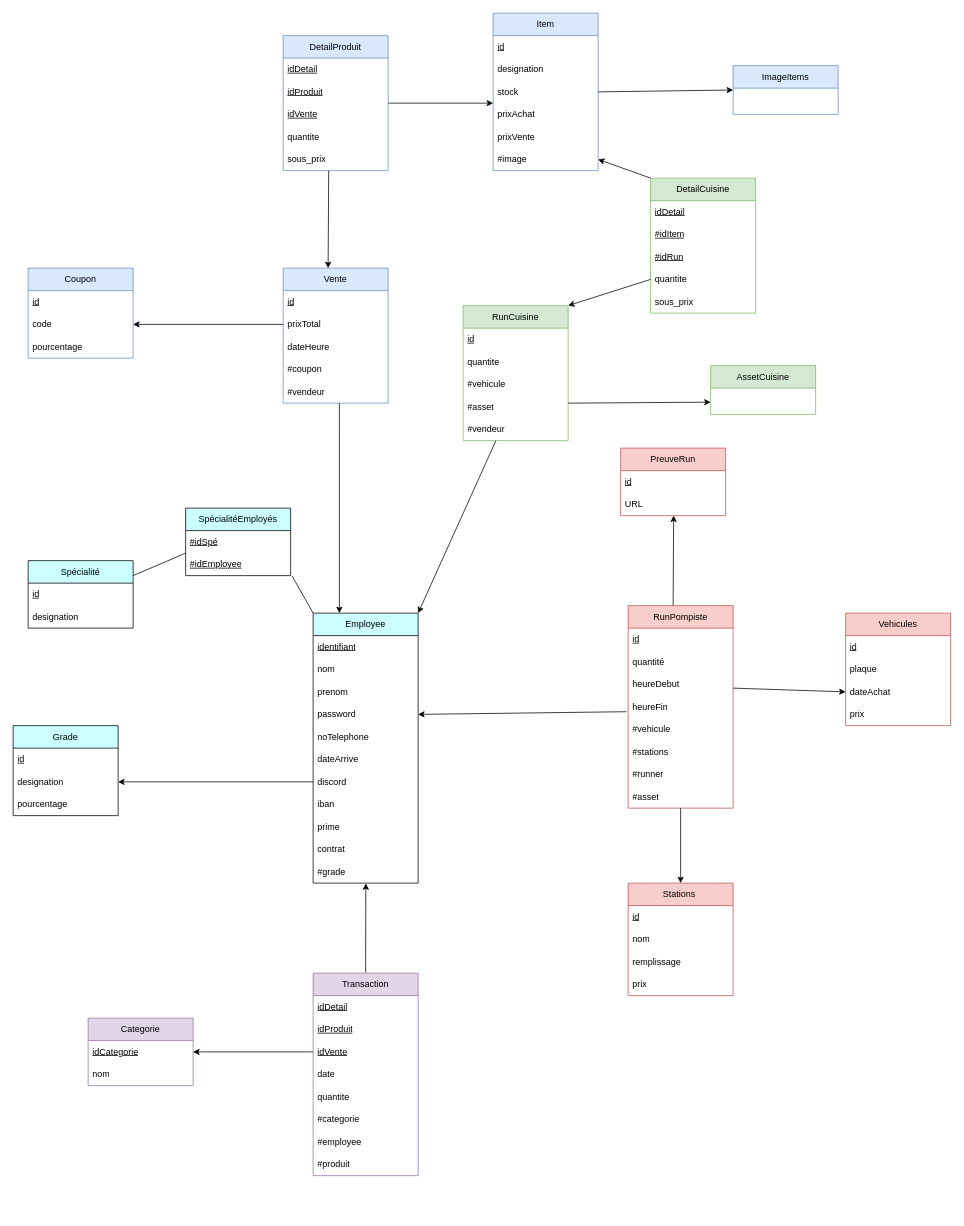
ltd-flashfa/structures keeps this draw.io diagram as LTD_DB.drawio. Above is the earlier version. Source tidied: cells renumbered, new cells numbered last; positions are measured from the earlier drawing's top-left corner, leaving out a move shared by most shapes. Both pictures are drawn from the tidied source at 75%, with x=0, y=0 at pixel (13, 13).
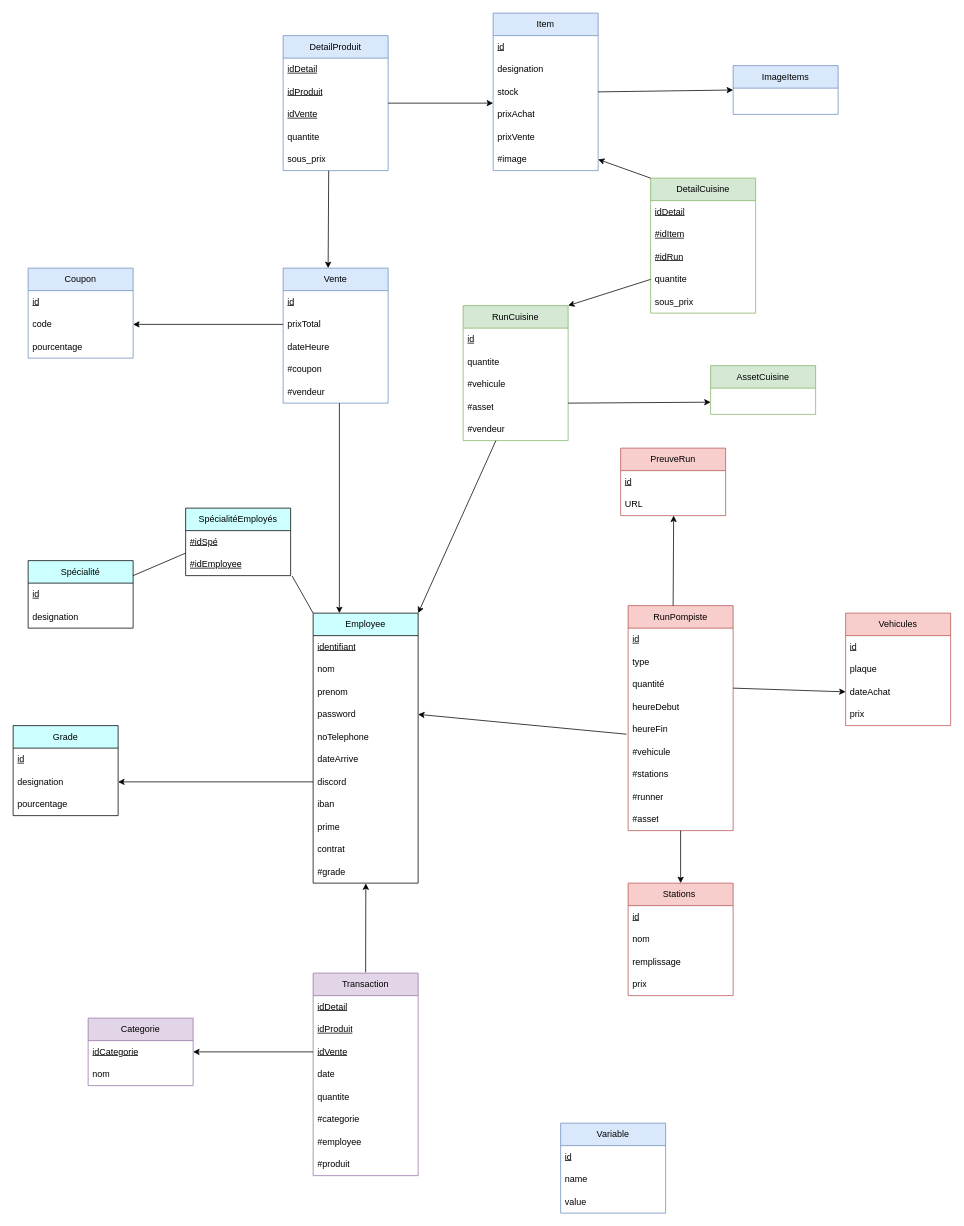
The same diagram, later.

Commit message:
Mettre à jour LTD_DB.drawio

The change refers to these unchanged cells:
```xml
<mxCell id="35" value="Stations&amp;nbsp;" style="swimlane;fontStyle=0;horizontal=1;startSize=30;whiteSpace=wrap;html=1;fillColor=#f8cecc;strokeColor=#b85450;" parent="1" vertex="1">
  <mxGeometry x="820" y="1160" width="140" height="150" as="geometry" />
</mxCell>
```

The edit, as a diff of the source:
```diff
@@
     <mxCell id="21" value="RunPompiste" style="swimlane;fontStyle=0;horizontal=1;startSize=30;whiteSpace=wrap;html=1;fillColor=#f8cecc;strokeColor=#b85450;" parent="1" vertex="1">
-      <mxGeometry x="820" y="790" width="140" height="270" as="geometry" />
+      <mxGeometry x="820" y="790" width="140" height="300" as="geometry" />
     </mxCell>
@@
+    <mxCell id="113" value="type" style="text;strokeColor=none;fillColor=none;align=left;verticalAlign=middle;spacingLeft=4;spacingRight=4;overflow=hidden;whiteSpace=wrap;html=1;" parent="21" vertex="1">
+      <mxGeometry y="60" width="140" height="30" as="geometry" />
+    </mxCell>
     <mxCell id="23" value="quantité" style="text;strokeColor=none;fillColor=none;align=left;verticalAlign=middle;spacingLeft=4;spacingRight=4;overflow=hidden;whiteSpace=wrap;html=1;" parent="21" vertex="1">
-      <mxGeometry y="60" width="140" height="30" as="geometry" />
+      <mxGeometry y="90" width="140" height="30" as="geometry" />
     </mxCell>
     <mxCell id="24" value="heureDebut" style="text;strokeColor=none;fillColor=none;align=left;verticalAlign=middle;spacingLeft=4;spacingRight=4;overflow=hidden;whiteSpace=wrap;html=1;" parent="21" vertex="1">
-      <mxGeometry y="90" width="140" height="30" as="geometry" />
+      <mxGeometry y="120" width="140" height="30" as="geometry" />
     </mxCell>
     <mxCell id="25" value="heureFin" style="text;strokeColor=none;fillColor=none;align=left;verticalAlign=middle;spacingLeft=4;spacingRight=4;overflow=hidden;points=[[0,0.5],[1,0.5]];portConstraint=eastwest;whiteSpace=wrap;html=1;" parent="21" vertex="1">
-      <mxGeometry y="120" width="140" height="30" as="geometry" />
+      <mxGeometry y="150" width="140" height="30" as="geometry" />
     </mxCell>
     <mxCell id="26" value="#vehicule" style="text;strokeColor=none;fillColor=none;align=left;verticalAlign=middle;spacingLeft=4;spacingRight=4;overflow=hidden;whiteSpace=wrap;html=1;" parent="21" vertex="1">
-      <mxGeometry y="150" width="140" height="30" as="geometry" />
+      <mxGeometry y="180" width="140" height="30" as="geometry" />
     </mxCell>
     <mxCell id="27" value="#stations" style="text;strokeColor=none;fillColor=none;align=left;verticalAlign=middle;spacingLeft=4;spacingRight=4;overflow=hidden;whiteSpace=wrap;html=1;" parent="21" vertex="1">
-      <mxGeometry y="180" width="140" height="30" as="geometry" />
+      <mxGeometry y="210" width="140" height="30" as="geometry" />
     </mxCell>
     <mxCell id="28" value="#runner" style="text;strokeColor=none;fillColor=none;align=left;verticalAlign=middle;spacingLeft=4;spacingRight=4;overflow=hidden;whiteSpace=wrap;html=1;" parent="21" vertex="1">
-      <mxGeometry y="210" width="140" height="30" as="geometry" />
+      <mxGeometry y="240" width="140" height="30" as="geometry" />
     </mxCell>
     <mxCell id="29" value="#asset" style="text;strokeColor=none;fillColor=none;align=left;verticalAlign=middle;spacingLeft=4;spacingRight=4;overflow=hidden;whiteSpace=wrap;html=1;" parent="21" vertex="1">
-      <mxGeometry y="240" width="140" height="30" as="geometry" />
+      <mxGeometry y="270" width="140" height="30" as="geometry" />
     </mxCell>
@@
     <mxCell id="78" style="endArrow=classic;html=1;rounded=0;entryX=0.5;entryY=0;entryDx=0;entryDy=0;" parent="1" edge="1" target="35">
       <mxGeometry relative="1" as="geometry">
-        <mxPoint x="890" y="1060" as="sourcePoint" />
+        <mxPoint x="890" y="1090" as="sourcePoint" />
       </mxGeometry>
     </mxCell>
@@
+    <mxCell id="114" value="Variable" style="swimlane;fontStyle=0;horizontal=1;startSize=30;whiteSpace=wrap;html=1;fillColor=#dae8fc;strokeColor=#6c8ebf;" parent="1" vertex="1">
+      <mxGeometry x="730" y="1480" width="140" height="120" as="geometry" />
+    </mxCell>
+    <mxCell id="115" value="&lt;u&gt;id&lt;/u&gt;" style="text;strokeColor=none;fillColor=none;align=left;verticalAlign=middle;spacingLeft=4;spacingRight=4;overflow=hidden;whiteSpace=wrap;html=1;" parent="114" vertex="1">
+      <mxGeometry y="30" width="140" height="30" as="geometry" />
+    </mxCell>
+    <mxCell id="116" value="name" style="text;strokeColor=none;fillColor=none;align=left;verticalAlign=middle;spacingLeft=4;spacingRight=4;overflow=hidden;whiteSpace=wrap;html=1;" parent="114" vertex="1">
+      <mxGeometry y="60" width="140" height="30" as="geometry" />
+    </mxCell>
+    <mxCell id="117" value="value" style="text;strokeColor=none;fillColor=none;align=left;verticalAlign=middle;spacingLeft=4;spacingRight=4;overflow=hidden;whiteSpace=wrap;html=1;" parent="114" vertex="1">
+      <mxGeometry y="90" width="140" height="30" as="geometry" />
+    </mxCell>
```
